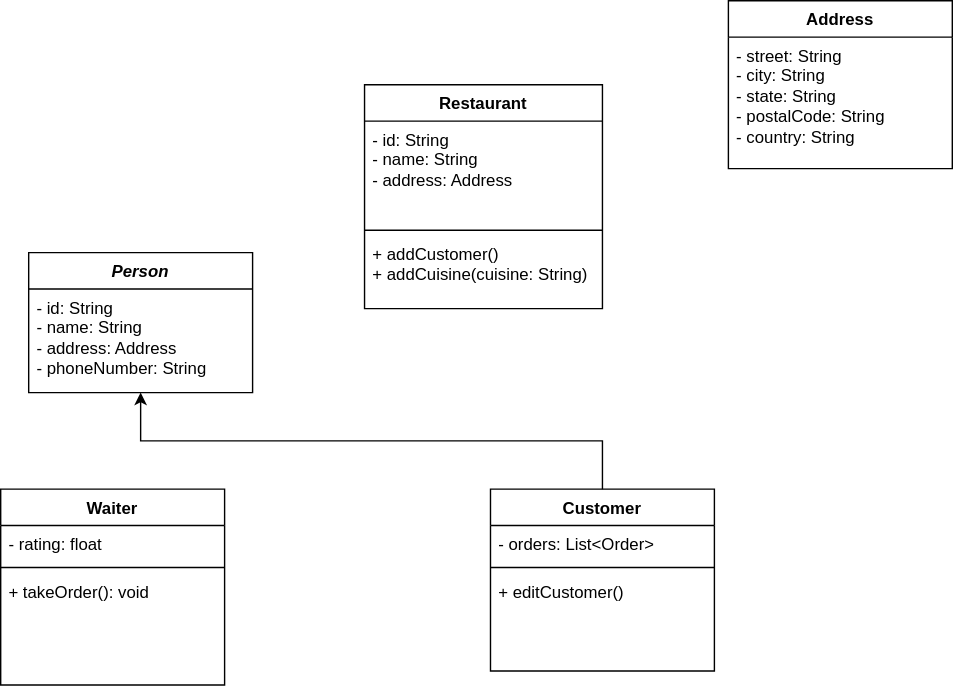
nityabhaskar21/java_projects keeps this draw.io diagram as lld/class_diagrams/resturant.drawio.svg. Above is the earlier version. Source tidied: cells renumbered, new cells last; positions are measured from the earlier drawing's top-left corner, leaving out a move shared by most shapes. Source of this version:
```xml
<mxGraphModel>
  <root>
    <mxCell id="0" />
    <mxCell id="1" parent="0" />
    <mxCell id="2" value="Restaurant" style="swimlane;fontStyle=1;align=center;verticalAlign=top;horizontal=1;startSize=26;whiteSpace=wrap;html=1;" parent="1" vertex="1">
      <mxGeometry x="260" y="60" width="170" height="160" as="geometry" />
    </mxCell>
    <mxCell id="3" value="- id: String&lt;div&gt;- name: String&lt;/div&gt;&lt;div&gt;- address: Address&lt;/div&gt;" style="text;strokeColor=none;fillColor=none;align=left;verticalAlign=top;spacingLeft=4;spacingRight=4;overflow=hidden;whiteSpace=wrap;html=1;" parent="2" vertex="1">
      <mxGeometry y="26" width="170" height="74" as="geometry" />
    </mxCell>
    <mxCell id="4" style="line;strokeWidth=1;fillColor=none;align=left;verticalAlign=middle;spacingTop=-1;spacingLeft=3;spacingRight=3;labelPosition=right;strokeColor=inherit;" parent="2" vertex="1">
      <mxGeometry y="100" width="170" height="8" as="geometry" />
    </mxCell>
    <mxCell id="5" value="+ addCustomer()&lt;div&gt;+ addCuisine(cuisine: String)&lt;/div&gt;" style="text;strokeColor=none;fillColor=none;align=left;verticalAlign=top;spacingLeft=4;spacingRight=4;overflow=hidden;whiteSpace=wrap;html=1;" parent="2" vertex="1">
      <mxGeometry y="108" width="170" height="52" as="geometry" />
    </mxCell>
    <mxCell id="6" value="Address" style="swimlane;fontStyle=1;align=center;verticalAlign=top;horizontal=1;startSize=26;whiteSpace=wrap;html=1;" parent="1" vertex="1">
      <mxGeometry x="520" width="160" height="120" as="geometry" />
    </mxCell>
    <mxCell id="7" value="- street: String&lt;div&gt;- city: String&lt;/div&gt;&lt;div&gt;- state: String&lt;/div&gt;&lt;div&gt;- postalCode: String&lt;/div&gt;&lt;div&gt;- country: String&lt;/div&gt;" style="text;strokeColor=none;fillColor=none;align=left;verticalAlign=top;spacingLeft=4;spacingRight=4;overflow=hidden;whiteSpace=wrap;html=1;" parent="6" vertex="1">
      <mxGeometry y="26" width="160" height="94" as="geometry" />
    </mxCell>
    <mxCell id="8" value="&lt;i&gt;Person&lt;/i&gt;" style="swimlane;fontStyle=1;align=center;verticalAlign=top;horizontal=1;startSize=26;whiteSpace=wrap;html=1;" parent="1" vertex="1">
      <mxGeometry x="20" y="180" width="160" height="100" as="geometry" />
    </mxCell>
    <mxCell id="9" value="- id: String&lt;div&gt;- name: String&lt;/div&gt;&lt;div&gt;- address: Address&lt;/div&gt;&lt;div&gt;- phoneNumber: String&lt;/div&gt;" style="text;strokeColor=none;fillColor=none;align=left;verticalAlign=top;spacingLeft=4;spacingRight=4;overflow=hidden;points=[[0,0.5],[1,0.5]];portConstraint=eastwest;whiteSpace=wrap;html=1;" parent="8" vertex="1">
      <mxGeometry y="26" width="160" height="74" as="geometry" />
    </mxCell>
    <mxCell id="10" value="Customer" style="swimlane;fontStyle=1;align=center;verticalAlign=top;horizontal=1;startSize=26;whiteSpace=wrap;html=1;" parent="1" vertex="1">
      <mxGeometry x="350" y="349" width="160" height="130" as="geometry" />
    </mxCell>
    <mxCell id="11" value="- orders: List&amp;lt;Order&amp;gt;" style="text;strokeColor=none;fillColor=none;align=left;verticalAlign=top;spacingLeft=4;spacingRight=4;overflow=hidden;whiteSpace=wrap;html=1;" parent="10" vertex="1">
      <mxGeometry y="26" width="160" height="26" as="geometry" />
    </mxCell>
    <mxCell id="12" style="line;strokeWidth=1;fillColor=none;align=left;verticalAlign=middle;spacingTop=-1;spacingLeft=3;spacingRight=3;labelPosition=right;strokeColor=inherit;" parent="10" vertex="1">
      <mxGeometry y="52" width="160" height="8" as="geometry" />
    </mxCell>
    <mxCell id="13" value="+ editCustomer()" style="text;strokeColor=none;fillColor=none;align=left;verticalAlign=top;spacingLeft=4;spacingRight=4;overflow=hidden;whiteSpace=wrap;html=1;" parent="10" vertex="1">
      <mxGeometry y="60" width="160" height="70" as="geometry" />
    </mxCell>
    <mxCell id="14" style="edgeStyle=orthogonalEdgeStyle;rounded=0;jettySize=auto;html=1;entryX=0.5;entryY=1;entryDx=0;entryDy=0;entryPerimeter=0;" parent="1" edge="1" source="10" target="9">
      <mxGeometry relative="1" as="geometry" />
    </mxCell>
    <mxCell id="15" value="Waiter" style="swimlane;fontStyle=1;align=center;verticalAlign=top;horizontal=1;startSize=26;whiteSpace=wrap;html=1;" parent="1" vertex="1">
      <mxGeometry y="349" width="160" height="140" as="geometry" />
    </mxCell>
    <mxCell id="16" value="- rating: float" style="text;strokeColor=none;fillColor=none;align=left;verticalAlign=top;spacingLeft=4;spacingRight=4;overflow=hidden;whiteSpace=wrap;html=1;" parent="15" vertex="1">
      <mxGeometry y="26" width="160" height="26" as="geometry" />
    </mxCell>
    <mxCell id="17" style="line;strokeWidth=1;fillColor=none;align=left;verticalAlign=middle;spacingTop=-1;spacingLeft=3;spacingRight=3;labelPosition=right;strokeColor=inherit;" parent="15" vertex="1">
      <mxGeometry y="52" width="160" height="8" as="geometry" />
    </mxCell>
    <mxCell id="18" value="+ takeOrder(): void" style="text;strokeColor=none;fillColor=none;align=left;verticalAlign=top;spacingLeft=4;spacingRight=4;overflow=hidden;whiteSpace=wrap;html=1;" parent="15" vertex="1">
      <mxGeometry y="60" width="160" height="80" as="geometry" />
    </mxCell>
  </root>
</mxGraphModel>
```
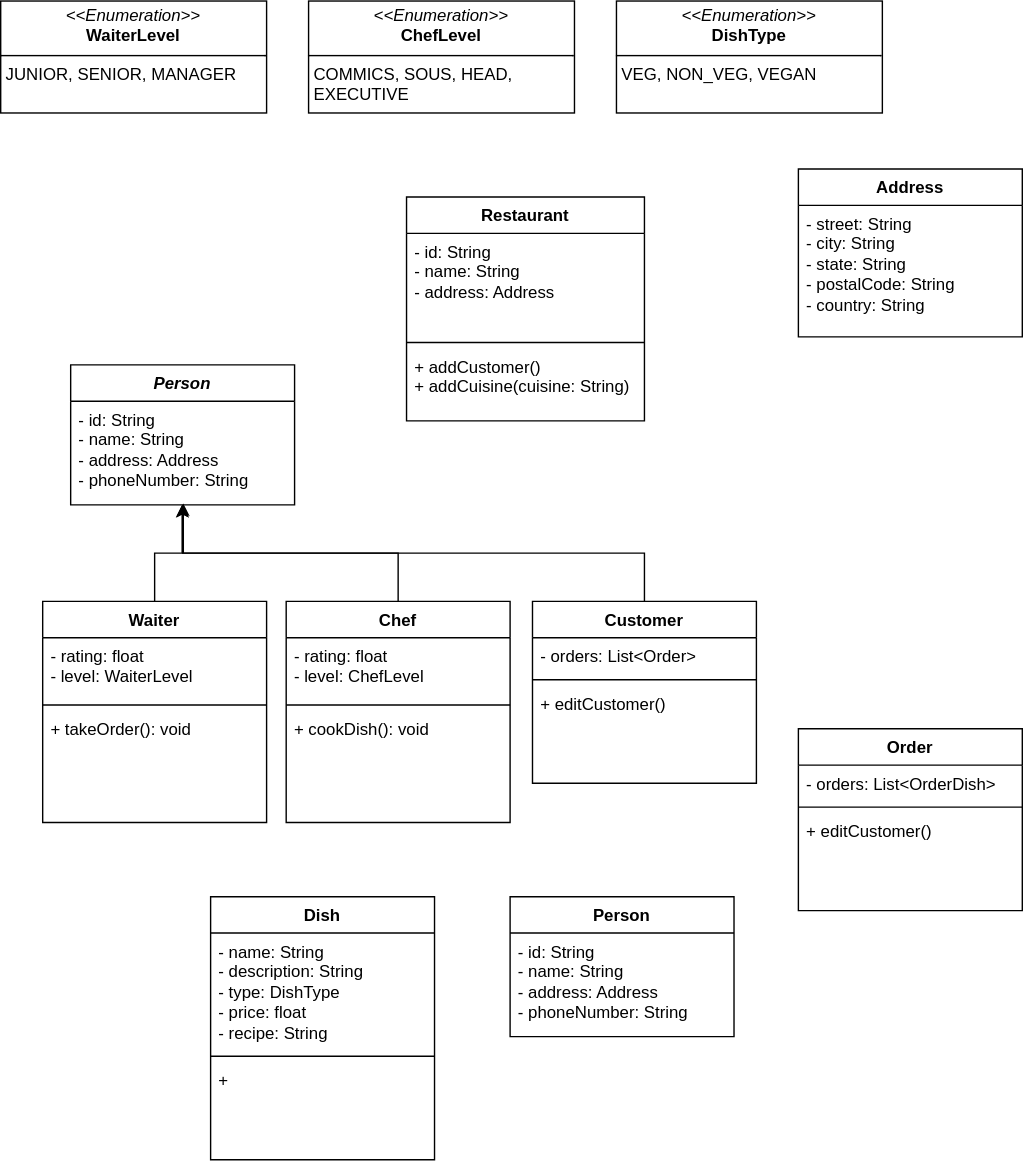
The same diagram one commit later.

Diff of the diagram source:
```diff
@@ -15,7 +15,7 @@
       <mxGeometry y="108" width="170" height="52" as="geometry" />
     </mxCell>
     <mxCell id="6" value="Address" style="swimlane;fontStyle=1;align=center;verticalAlign=top;horizontal=1;startSize=26;whiteSpace=wrap;html=1;" parent="1" vertex="1">
-      <mxGeometry x="520" width="160" height="120" as="geometry" />
+      <mxGeometry x="540" y="40" width="160" height="120" as="geometry" />
     </mxCell>
     <mxCell id="7" value="- street: String&lt;div&gt;- city: String&lt;/div&gt;&lt;div&gt;- state: String&lt;/div&gt;&lt;div&gt;- postalCode: String&lt;/div&gt;&lt;div&gt;- country: String&lt;/div&gt;" style="text;strokeColor=none;fillColor=none;align=left;verticalAlign=top;spacingLeft=4;spacingRight=4;overflow=hidden;whiteSpace=wrap;html=1;" parent="6" vertex="1">
       <mxGeometry y="26" width="160" height="94" as="geometry" />
@@ -42,16 +42,73 @@
       <mxGeometry relative="1" as="geometry" />
     </mxCell>
     <mxCell id="15" value="Waiter" style="swimlane;fontStyle=1;align=center;verticalAlign=top;horizontal=1;startSize=26;whiteSpace=wrap;html=1;" parent="1" vertex="1">
-      <mxGeometry y="349" width="160" height="140" as="geometry" />
+      <mxGeometry y="349" width="160" height="158" as="geometry" />
     </mxCell>
-    <mxCell id="16" value="- rating: float" style="text;strokeColor=none;fillColor=none;align=left;verticalAlign=top;spacingLeft=4;spacingRight=4;overflow=hidden;whiteSpace=wrap;html=1;" parent="15" vertex="1">
-      <mxGeometry y="26" width="160" height="26" as="geometry" />
+    <mxCell id="16" value="- rating: float&lt;div&gt;- level: WaiterLevel&lt;/div&gt;" style="text;strokeColor=none;fillColor=none;align=left;verticalAlign=top;spacingLeft=4;spacingRight=4;overflow=hidden;whiteSpace=wrap;html=1;" parent="15" vertex="1">
+      <mxGeometry y="26" width="160" height="44" as="geometry" />
     </mxCell>
     <mxCell id="17" style="line;strokeWidth=1;fillColor=none;align=left;verticalAlign=middle;spacingTop=-1;spacingLeft=3;spacingRight=3;labelPosition=right;strokeColor=inherit;" parent="15" vertex="1">
-      <mxGeometry y="52" width="160" height="8" as="geometry" />
+      <mxGeometry y="70" width="160" height="8" as="geometry" />
     </mxCell>
     <mxCell id="18" value="+ takeOrder(): void" style="text;strokeColor=none;fillColor=none;align=left;verticalAlign=top;spacingLeft=4;spacingRight=4;overflow=hidden;whiteSpace=wrap;html=1;" parent="15" vertex="1">
-      <mxGeometry y="60" width="160" height="80" as="geometry" />
+      <mxGeometry y="78" width="160" height="80" as="geometry" />
     </mxCell>
+    <mxCell id="19" style="edgeStyle=orthogonalEdgeStyle;rounded=0;jettySize=auto;html=1;entryX=0.498;entryY=0.997;entryDx=0;entryDy=0;entryPerimeter=0;" parent="1" edge="1" source="15" target="9">
+      <mxGeometry relative="1" as="geometry" />
+    </mxCell>
+    <mxCell id="20" value="&lt;p style=&quot;margin:0px;margin-top:4px;text-align:center;&quot;&gt;&lt;i&gt;&amp;lt;&amp;lt;Enumeration&amp;gt;&amp;gt;&lt;/i&gt;&lt;br&gt;&lt;b&gt;WaiterLevel&lt;/b&gt;&lt;/p&gt;&lt;hr size=&quot;1&quot; style=&quot;border-style:solid;&quot;&gt;&lt;p style=&quot;margin:0px;margin-left:4px;&quot;&gt;JUNIOR, SENIOR, MANAGER&lt;/p&gt;" style="verticalAlign=top;align=left;overflow=fill;html=1;whiteSpace=wrap;" parent="1" vertex="1">
+      <mxGeometry x="-30" y="-80" width="190" height="80" as="geometry" />
+    </mxCell>
+    <mxCell id="21" value="&lt;p style=&quot;margin:0px;margin-top:4px;text-align:center;&quot;&gt;&lt;i&gt;&amp;lt;&amp;lt;Enumeration&amp;gt;&amp;gt;&lt;/i&gt;&lt;br&gt;&lt;b&gt;ChefLevel&lt;/b&gt;&lt;/p&gt;&lt;hr size=&quot;1&quot; style=&quot;border-style:solid;&quot;&gt;&lt;p style=&quot;margin:0px;margin-left:4px;&quot;&gt;COMMICS, SOUS, HEAD, EXECUTIVE&lt;/p&gt;" style="verticalAlign=top;align=left;overflow=fill;html=1;whiteSpace=wrap;" parent="1" vertex="1">
+      <mxGeometry x="190" y="-80" width="190" height="80" as="geometry" />
+    </mxCell>
+    <mxCell id="22" value="Chef" style="swimlane;fontStyle=1;align=center;verticalAlign=top;horizontal=1;startSize=26;whiteSpace=wrap;html=1;" parent="1" vertex="1">
+      <mxGeometry x="174" y="349" width="160" height="158" as="geometry" />
+    </mxCell>
+    <mxCell id="23" value="- rating: float&lt;div&gt;- level: ChefLevel&lt;/div&gt;" style="text;strokeColor=none;fillColor=none;align=left;verticalAlign=top;spacingLeft=4;spacingRight=4;overflow=hidden;whiteSpace=wrap;html=1;" parent="22" vertex="1">
+      <mxGeometry y="26" width="160" height="44" as="geometry" />
+    </mxCell>
+    <mxCell id="24" style="line;strokeWidth=1;fillColor=none;align=left;verticalAlign=middle;spacingTop=-1;spacingLeft=3;spacingRight=3;labelPosition=right;strokeColor=inherit;" parent="22" vertex="1">
+      <mxGeometry y="70" width="160" height="8" as="geometry" />
+    </mxCell>
+    <mxCell id="25" value="+ cookDish(): void" style="text;strokeColor=none;fillColor=none;align=left;verticalAlign=top;spacingLeft=4;spacingRight=4;overflow=hidden;whiteSpace=wrap;html=1;" parent="22" vertex="1">
+      <mxGeometry y="78" width="160" height="80" as="geometry" />
+    </mxCell>
+    <mxCell id="26" style="edgeStyle=orthogonalEdgeStyle;rounded=0;jettySize=auto;html=1;entryX=0.503;entryY=0.986;entryDx=0;entryDy=0;entryPerimeter=0;" parent="1" edge="1" source="22" target="9">
+      <mxGeometry relative="1" as="geometry" />
+    </mxCell>
+    <mxCell id="27" value="Order" style="swimlane;fontStyle=1;align=center;verticalAlign=top;horizontal=1;startSize=26;whiteSpace=wrap;html=1;" parent="1" vertex="1">
+      <mxGeometry x="540" y="440" width="160" height="130" as="geometry" />
+    </mxCell>
+    <mxCell id="28" value="- orders: List&amp;lt;OrderDish&amp;gt;" style="text;strokeColor=none;fillColor=none;align=left;verticalAlign=top;spacingLeft=4;spacingRight=4;overflow=hidden;whiteSpace=wrap;html=1;" parent="27" vertex="1">
+      <mxGeometry y="26" width="160" height="26" as="geometry" />
+    </mxCell>
+    <mxCell id="29" style="line;strokeWidth=1;fillColor=none;align=left;verticalAlign=middle;spacingTop=-1;spacingLeft=3;spacingRight=3;labelPosition=right;strokeColor=inherit;" parent="27" vertex="1">
+      <mxGeometry y="52" width="160" height="8" as="geometry" />
+    </mxCell>
+    <mxCell id="30" value="+ editCustomer()" style="text;strokeColor=none;fillColor=none;align=left;verticalAlign=top;spacingLeft=4;spacingRight=4;overflow=hidden;whiteSpace=wrap;html=1;" parent="27" vertex="1">
+      <mxGeometry y="60" width="160" height="70" as="geometry" />
+    </mxCell>
+    <mxCell id="31" value="Dish" style="swimlane;fontStyle=1;align=center;verticalAlign=top;horizontal=1;startSize=26;whiteSpace=wrap;html=1;" parent="1" vertex="1">
+      <mxGeometry x="120" y="560" width="160" height="188" as="geometry" />
+    </mxCell>
+    <mxCell id="32" value="- name: String&lt;div&gt;- description: String&lt;/div&gt;&lt;div&gt;- type: DishType&lt;/div&gt;&lt;div&gt;- price: float&lt;/div&gt;&lt;div&gt;- recipe: String&lt;/div&gt;" style="text;strokeColor=none;fillColor=none;align=left;verticalAlign=top;spacingLeft=4;spacingRight=4;overflow=hidden;whiteSpace=wrap;html=1;" parent="31" vertex="1">
+      <mxGeometry y="26" width="160" height="84" as="geometry" />
+    </mxCell>
+    <mxCell id="33" style="line;strokeWidth=1;fillColor=none;align=left;verticalAlign=middle;spacingTop=-1;spacingLeft=3;spacingRight=3;labelPosition=right;strokeColor=inherit;" parent="31" vertex="1">
+      <mxGeometry y="110" width="160" height="8" as="geometry" />
+    </mxCell>
+    <mxCell id="34" value="+&amp;nbsp;" style="text;strokeColor=none;fillColor=none;align=left;verticalAlign=top;spacingLeft=4;spacingRight=4;overflow=hidden;whiteSpace=wrap;html=1;" parent="31" vertex="1">
+      <mxGeometry y="118" width="160" height="70" as="geometry" />
+    </mxCell>
+    <mxCell id="35" value="&lt;p style=&quot;margin:0px;margin-top:4px;text-align:center;&quot;&gt;&lt;i&gt;&amp;lt;&amp;lt;Enumeration&amp;gt;&amp;gt;&lt;/i&gt;&lt;br&gt;&lt;b&gt;DishType&lt;/b&gt;&lt;/p&gt;&lt;hr size=&quot;1&quot; style=&quot;border-style:solid;&quot;&gt;&lt;p style=&quot;margin:0px;margin-left:4px;&quot;&gt;VEG, NON_VEG, VEGAN&lt;/p&gt;" style="verticalAlign=top;align=left;overflow=fill;html=1;whiteSpace=wrap;" parent="1" vertex="1">
+      <mxGeometry x="410" y="-80" width="190" height="80" as="geometry" />
+    </mxCell>
+    <mxCell id="36" value="Person" style="swimlane;fontStyle=1;align=center;verticalAlign=top;horizontal=1;startSize=26;whiteSpace=wrap;html=1;" parent="1" vertex="1">
+      <mxGeometry x="334" y="560" width="160" height="100" as="geometry" />
+    </mxCell>
+    <mxCell id="37" value="- id: String&lt;div&gt;- name: String&lt;/div&gt;&lt;div&gt;- address: Address&lt;/div&gt;&lt;div&gt;- phoneNumber: String&lt;/div&gt;" style="text;strokeColor=none;fillColor=none;align=left;verticalAlign=top;spacingLeft=4;spacingRight=4;overflow=hidden;whiteSpace=wrap;html=1;" parent="36" vertex="1">
+      <mxGeometry y="26" width="160" height="74" as="geometry" />
+    </mxCell>
   </root>
 </mxGraphModel>
```
